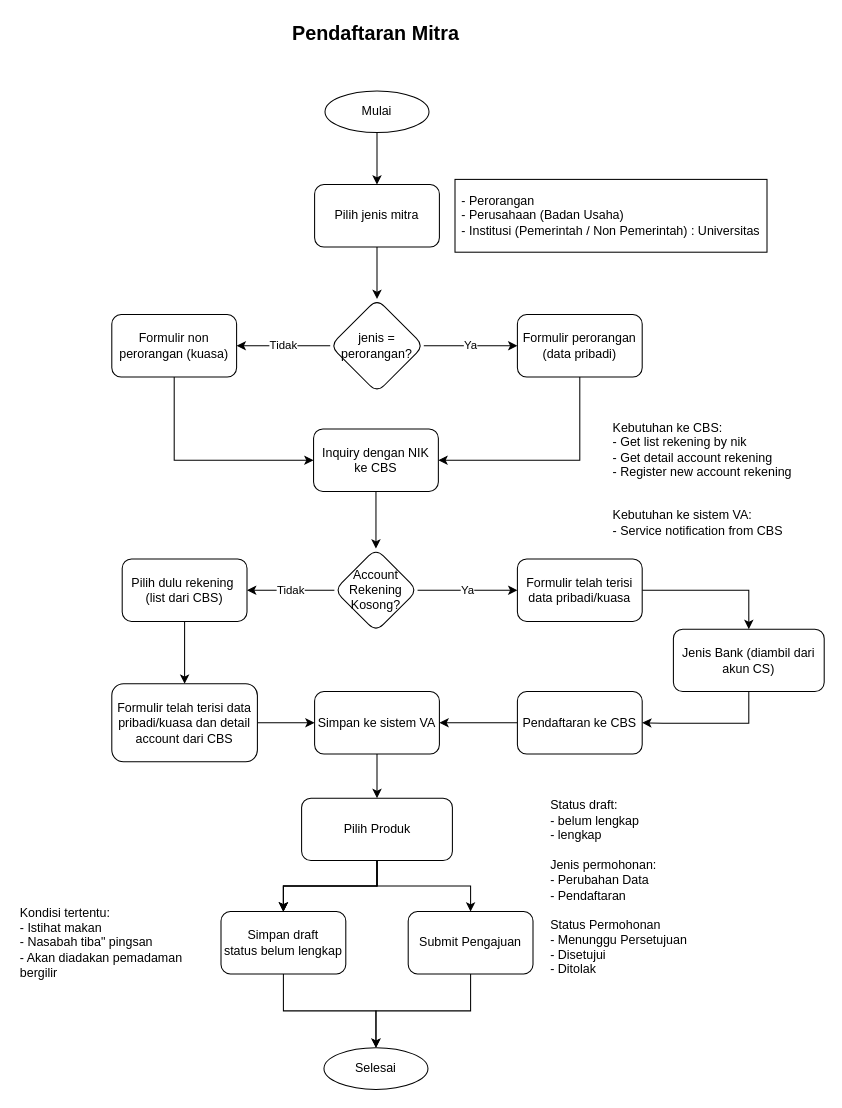
This is page "Pendaftaran Mitra" (1 of 3) of use-case/flow-pendaftaran.drawio from aribrilliantsyah/fsd_va_bpd_diy, a draw.io file, before an edit. Source tidied: cells renumbered, new cells numbered last; positions are measured from the earlier drawing's top-left corner, leaving out a move shared by most shapes. Both pictures are drawn from the tidied source at 104%, with x=0, y=0 at pixel (18, 18).
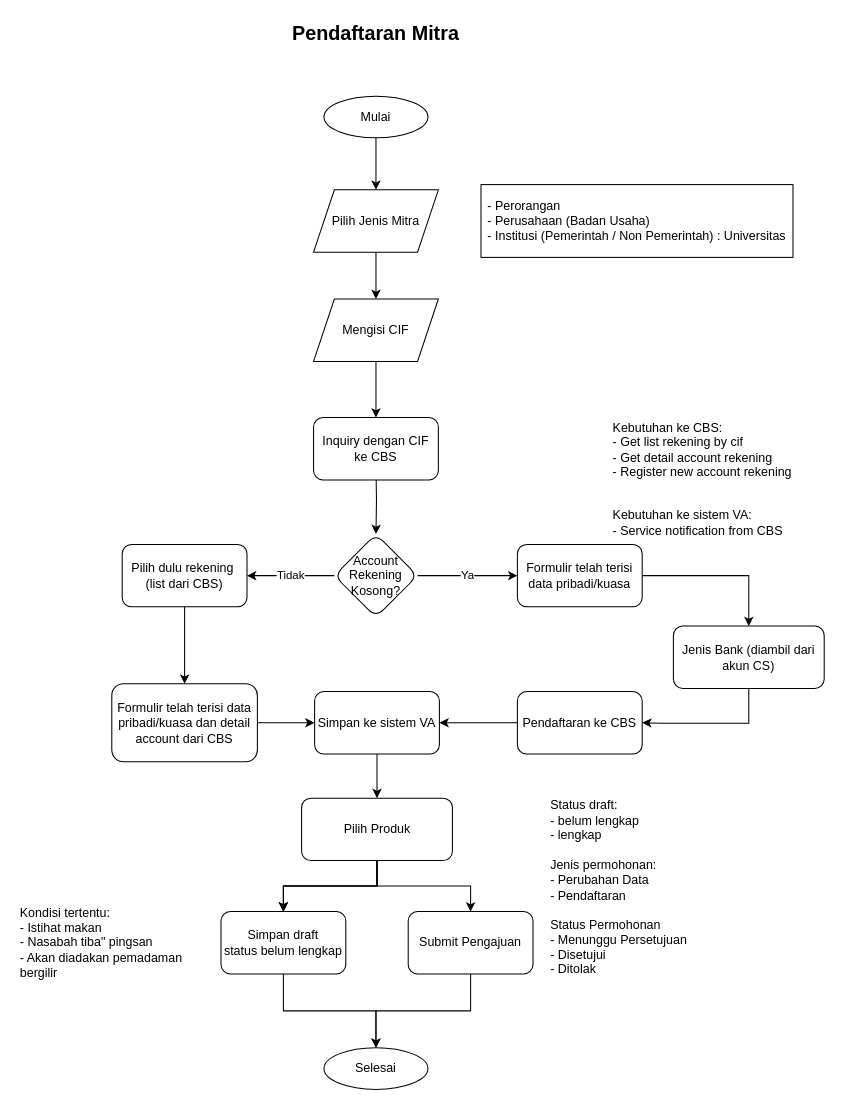
The same diagram, later.

Diff of the diagram source:
```diff
@@
-    <mxCell id="3" style="edgeStyle=orthogonalEdgeStyle;rounded=0;jettySize=auto;html=1;fontFamily=Helvetica;strokeWidth=1;strokeColor=default;" parent="1" edge="1" source="4" target="6">
-      <mxGeometry relative="1" as="geometry" />
+    <mxCell id="3" style="edgeStyle=orthogonalEdgeStyle;rounded=0;jettySize=auto;html=1;fontFamily=Helvetica;strokeWidth=1;strokeColor=default;" parent="1" edge="1" source="4">
+      <mxGeometry relative="1" as="geometry">
+        <mxPoint x="344" y="165" as="targetPoint" />
+      </mxGeometry>
     </mxCell>
     <mxCell id="4" value="Mulai" style="ellipse;whiteSpace=wrap;html=1;align=center;newEdgeStyle={&quot;edgeStyle&quot;:&quot;entityRelationEdgeStyle&quot;,&quot;startArrow&quot;:&quot;none&quot;,&quot;endArrow&quot;:&quot;none&quot;,&quot;segment&quot;:10,&quot;curved&quot;:1};fontFamily=Helvetica;strokeWidth=1;strokeColor=default;" parent="1" vertex="1">
-      <mxGeometry x="295" y="70" width="100" height="40" as="geometry" />
+      <mxGeometry x="294" y="75" width="100" height="40" as="geometry" />
     </mxCell>
-    <mxCell id="5" style="edgeStyle=orthogonalEdgeStyle;rounded=0;jettySize=auto;html=1;fontFamily=Helvetica;strokeWidth=1;strokeColor=default;" parent="1" edge="1" source="6" target="9">
-      <mxGeometry relative="1" as="geometry" />
-    </mxCell>
-    <mxCell id="6" value="Pilih jenis mitra" style="rounded=1;whiteSpace=wrap;html=1;fontFamily=Helvetica;strokeWidth=1;strokeColor=default;" parent="1" vertex="1">
-      <mxGeometry x="285" y="160" width="120" height="60" as="geometry" />
-    </mxCell>
-    <mxCell id="7" value="Ya" style="edgeStyle=orthogonalEdgeStyle;rounded=0;jettySize=auto;html=1;fontFamily=Helvetica;strokeWidth=1;strokeColor=default;" parent="1" edge="1" source="9" target="11">
-      <mxGeometry relative="1" as="geometry" />
-    </mxCell>
-    <mxCell id="8" value="Tidak" style="edgeStyle=orthogonalEdgeStyle;rounded=0;jettySize=auto;html=1;fontFamily=Helvetica;strokeWidth=1;strokeColor=default;" parent="1" edge="1" source="9" target="13">
-      <mxGeometry relative="1" as="geometry" />
-    </mxCell>
-    <mxCell id="9" value="jenis = perorangan?" style="rhombus;whiteSpace=wrap;html=1;rounded=1;fontFamily=Helvetica;strokeWidth=1;strokeColor=default;" parent="1" vertex="1">
-      <mxGeometry x="300" y="270" width="90" height="90" as="geometry" />
-    </mxCell>
-    <mxCell id="10" style="edgeStyle=orthogonalEdgeStyle;rounded=0;jettySize=auto;html=1;entryX=1;entryY=0.5;entryDx=0;entryDy=0;fontFamily=Helvetica;strokeWidth=1;strokeColor=default;" parent="1" edge="1" target="15">
-      <mxGeometry relative="1" as="geometry">
-        <mxPoint x="540" y="310" as="sourcePoint" />
-        <Array as="points">
-          <mxPoint x="540" y="425" />
-        </Array>
-      </mxGeometry>
-    </mxCell>
-    <mxCell id="11" value="Formulir perorangan (data pribadi)" style="whiteSpace=wrap;html=1;rounded=1;fontFamily=Helvetica;strokeWidth=1;strokeColor=default;" parent="1" vertex="1">
-      <mxGeometry x="480" y="285" width="120" height="60" as="geometry" />
-    </mxCell>
-    <mxCell id="12" style="edgeStyle=orthogonalEdgeStyle;rounded=0;jettySize=auto;html=1;entryX=0;entryY=0.5;entryDx=0;entryDy=0;fontFamily=Helvetica;strokeWidth=1;strokeColor=default;" parent="1" edge="1" source="13" target="15">
-      <mxGeometry relative="1" as="geometry">
-        <Array as="points">
-          <mxPoint x="150" y="425" />
-        </Array>
-      </mxGeometry>
-    </mxCell>
-    <mxCell id="13" value="Formulir non perorangan (kuasa)" style="rounded=1;whiteSpace=wrap;html=1;fontFamily=Helvetica;strokeWidth=1;strokeColor=default;" parent="1" vertex="1">
-      <mxGeometry x="90" y="285" width="120" height="60" as="geometry" />
-    </mxCell>
-    <mxCell id="14" style="edgeStyle=orthogonalEdgeStyle;rounded=0;jettySize=auto;html=1;fontFamily=Helvetica;strokeWidth=1;strokeColor=default;" parent="1" edge="1" source="15" target="18">
-      <mxGeometry relative="1" as="geometry" />
+    <mxCell id="14" style="edgeStyle=orthogonalEdgeStyle;rounded=0;jettySize=auto;html=1;fontFamily=Helvetica;strokeWidth=1;strokeColor=default;" parent="1" edge="1" target="18">
+      <mxGeometry relative="1" as="geometry">
+        <mxPoint x="344" y="430" as="sourcePoint" />
+      </mxGeometry>
     </mxCell>
-    <mxCell id="15" value="Inquiry dengan NIK ke CBS" style="rounded=1;whiteSpace=wrap;html=1;fontFamily=Helvetica;strokeWidth=1;strokeColor=default;" parent="1" vertex="1">
-      <mxGeometry x="284" y="395" width="120" height="60" as="geometry" />
+    <mxCell id="15" value="Inquiry dengan CIF ke CBS" style="rounded=1;whiteSpace=wrap;html=1;fontFamily=Helvetica;strokeWidth=1;strokeColor=default;" parent="1" vertex="1">
+      <mxGeometry x="284" y="384" width="120" height="60" as="geometry" />
     </mxCell>
@@
     <mxCell id="18" value="Account Rekening Kosong?" style="rhombus;whiteSpace=wrap;html=1;rounded=1;fontFamily=Helvetica;strokeWidth=1;strokeColor=default;" parent="1" vertex="1">
-      <mxGeometry x="304" y="510" width="80" height="80" as="geometry" />
+      <mxGeometry x="304" y="496" width="80" height="80" as="geometry" />
     </mxCell>
@@
     <mxCell id="20" value="Formulir telah terisi data pribadi/kuasa" style="whiteSpace=wrap;html=1;rounded=1;fontFamily=Helvetica;strokeWidth=1;strokeColor=default;" parent="1" vertex="1">
-      <mxGeometry x="480" y="520" width="120" height="60" as="geometry" />
+      <mxGeometry x="480" y="506" width="120" height="60" as="geometry" />
     </mxCell>
     <mxCell id="21" value="&lt;div style=&quot;text-align: left;&quot;&gt;&lt;span style=&quot;background-color: initial;&quot;&gt;- Perorangan&lt;/span&gt;&lt;/div&gt;&lt;div style=&quot;text-align: left;&quot;&gt;&lt;span style=&quot;background-color: initial;&quot;&gt;- Perusahaan (Badan Usaha)&lt;/span&gt;&lt;/div&gt;&lt;div style=&quot;text-align: left;&quot;&gt;- Institusi (Pemerintah / Non Pemerintah) : Universitas&lt;/div&gt;" style="text;html=1;strokeColor=default;fillColor=none;align=center;verticalAlign=middle;whiteSpace=wrap;rounded=0;fontFamily=Helvetica;strokeWidth=1;" parent="1" vertex="1">
-      <mxGeometry x="420" y="155" width="300" height="70" as="geometry" />
+      <mxGeometry x="445" y="160" width="300" height="70" as="geometry" />
     </mxCell>
@@
     <mxCell id="23" value="Pilih dulu rekening&amp;nbsp;&lt;br&gt;(list dari CBS)" style="rounded=1;whiteSpace=wrap;html=1;fontFamily=Helvetica;strokeWidth=1;strokeColor=default;" parent="1" vertex="1">
-      <mxGeometry x="100" y="520" width="120" height="60" as="geometry" />
+      <mxGeometry x="100" y="506" width="120" height="60" as="geometry" />
     </mxCell>
@@
-    <mxCell id="35" value="&lt;div style=&quot;&quot;&gt;Kebutuhan ke CBS:&lt;/div&gt;&lt;div style=&quot;&quot;&gt;- Get list rekening by nik&lt;/div&gt;&lt;div style=&quot;&quot;&gt;- Get detail account rekening&lt;/div&gt;&lt;div style=&quot;&quot;&gt;- Register new account rekening&lt;/div&gt;" style="text;html=1;strokeColor=none;fillColor=none;align=left;verticalAlign=middle;whiteSpace=wrap;rounded=0;fontFamily=Helvetica;strokeWidth=1;" parent="1" vertex="1">
+    <mxCell id="35" value="&lt;div style=&quot;&quot;&gt;Kebutuhan ke CBS:&lt;/div&gt;&lt;div style=&quot;&quot;&gt;- Get list rekening by cif&lt;/div&gt;&lt;div style=&quot;&quot;&gt;- Get detail account rekening&lt;/div&gt;&lt;div style=&quot;&quot;&gt;- Register new account rekening&lt;/div&gt;" style="text;html=1;strokeColor=none;fillColor=none;align=left;verticalAlign=middle;whiteSpace=wrap;rounded=0;fontFamily=Helvetica;strokeWidth=1;" parent="1" vertex="1">
       <mxGeometry x="570" y="380" width="180" height="70" as="geometry" />
     </mxCell>
@@
     <mxCell id="37" value="Jenis Bank (diambil dari akun CS)" style="whiteSpace=wrap;html=1;rounded=1;fontFamily=Helvetica;strokeWidth=1;strokeColor=default;" parent="1" vertex="1">
-      <mxGeometry x="630" y="587.5" width="145" height="60" as="geometry" />
+      <mxGeometry x="630" y="584.5" width="145" height="60" as="geometry" />
     </mxCell>
@@
+    <mxCell id="46" style="edgeStyle=orthogonalEdgeStyle;rounded=0;jettySize=auto;html=1;" parent="1" edge="1" source="47" target="49">
+      <mxGeometry relative="1" as="geometry" />
+    </mxCell>
+    <mxCell id="47" value="Pilih Jenis Mitra" style="shape=parallelogram;perimeter=parallelogramPerimeter;whiteSpace=wrap;html=1;fixedSize=1;strokeWidth=1;" parent="1" vertex="1">
+      <mxGeometry x="284" y="165" width="120" height="60" as="geometry" />
+    </mxCell>
+    <mxCell id="48" style="edgeStyle=orthogonalEdgeStyle;rounded=0;jettySize=auto;html=1;" parent="1" edge="1" source="49" target="15">
+      <mxGeometry relative="1" as="geometry" />
+    </mxCell>
+    <mxCell id="49" value="Mengisi CIF" style="shape=parallelogram;perimeter=parallelogramPerimeter;whiteSpace=wrap;html=1;fixedSize=1;strokeWidth=1;" parent="1" vertex="1">
+      <mxGeometry x="284" y="270" width="120" height="60" as="geometry" />
+    </mxCell>
```
